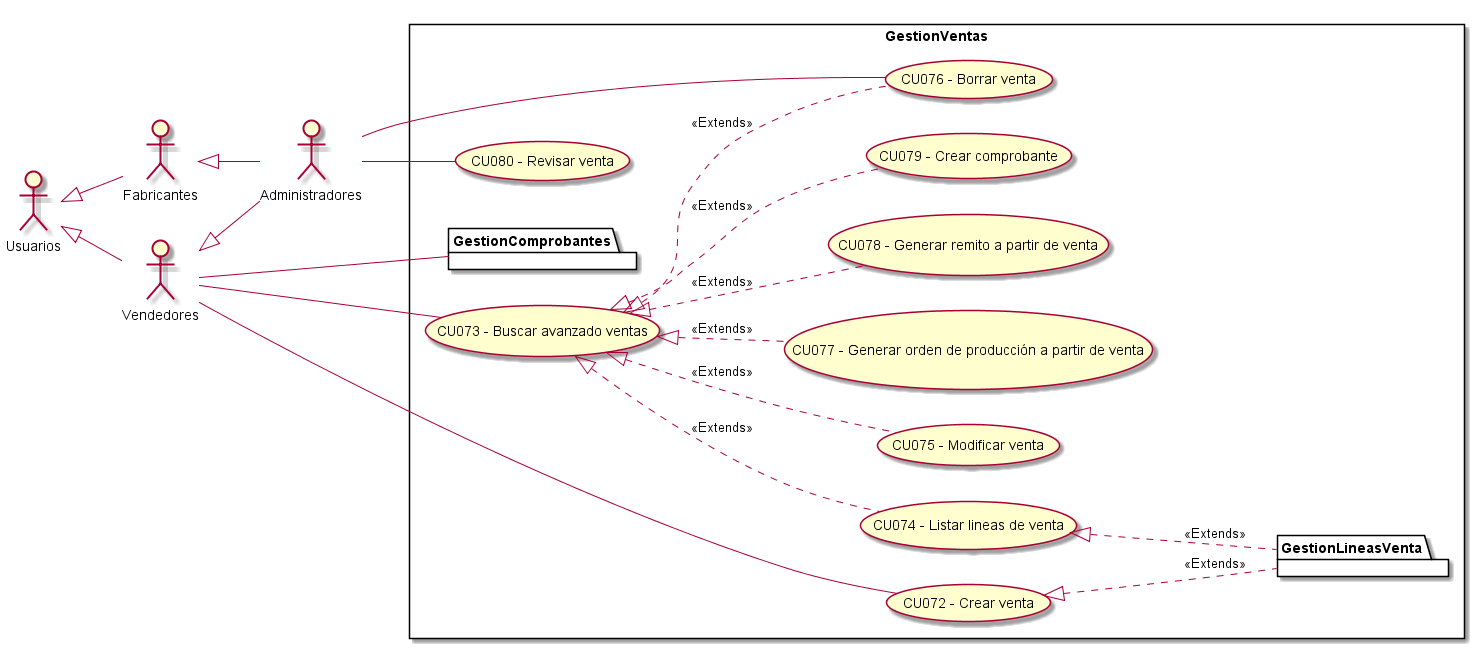
This is Informe Final/Imagenes/ModeladoDeCasosDeUso/DiagramaDeCasosDeUso/GestionVentas.png from ZMGestion/DocumentacionZMGestion, a PlantUML export, as it was before one commit.
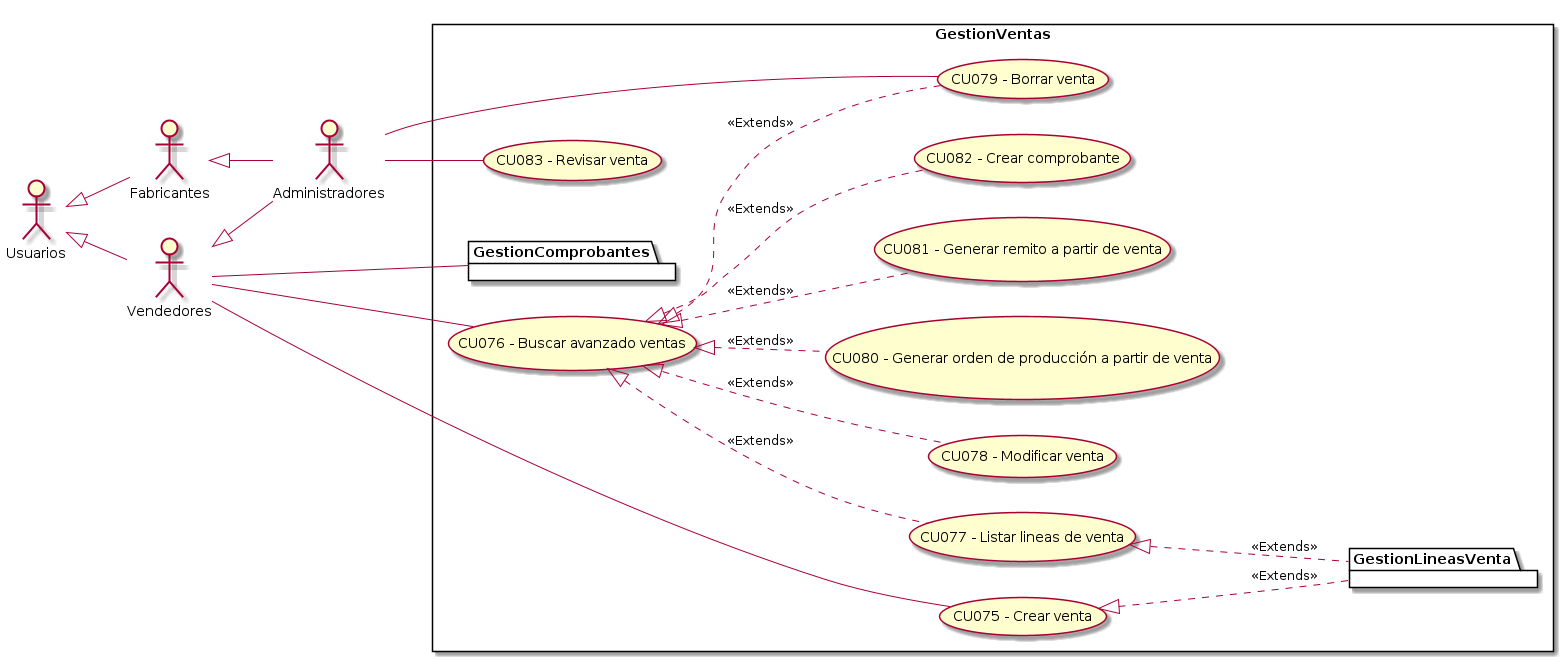
Later version of the same file.

Change to the diagram source:
```diff
@@ -13,15 +13,15 @@
  left to right direction
 
 rectangle GestionVentas{
-    UseCase "CU072 - Crear venta" as C
-    UseCase "CU073 - Buscar avanzado ventas " as BA
-    UseCase "CU074 - Listar lineas de venta " as Listar
-    UseCase "CU075 - Modificar venta" as M
-    UseCase "CU076 - Borrar venta" as B
-    UseCase "CU077 - Generar orden de producción a partir de venta" as GenerarOrden
-    UseCase "CU078 - Generar remito a partir de venta" as GenerarRemito
-    UseCase "CU079 - Crear comprobante" as CrearComprobante
-    UseCase "CU080 - Revisar venta" as Revisar
+    UseCase "CU075 - Crear venta" as C
+    UseCase "CU076 - Buscar avanzado ventas " as BA
+    UseCase "CU077 - Listar lineas de venta " as Listar
+    UseCase "CU078 - Modificar venta" as M
+    UseCase "CU079 - Borrar venta" as B
+    UseCase "CU080 - Generar orden de producción a partir de venta" as GenerarOrden
+    UseCase "CU081 - Generar remito a partir de venta" as GenerarRemito
+    UseCase "CU082 - Crear comprobante" as CrearComprobante
+    UseCase "CU083 - Revisar venta" as Revisar
     package GestionLineasVenta{
     }
     package GestionComprobantes{
```
